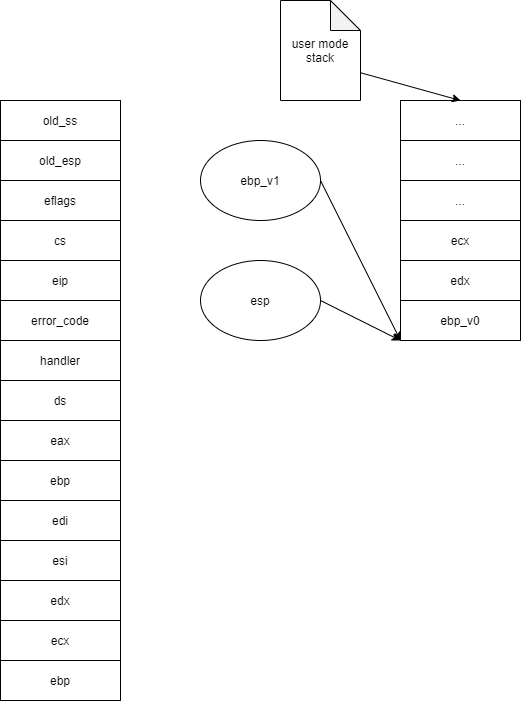
craftsfish/design keeps this draw.io diagram as cpu_context_template.png. Above is the earlier version. Source tidied: cells renumbered, new cells last; positions are measured from the earlier drawing's top-left corner, leaving out a move shared by most shapes.
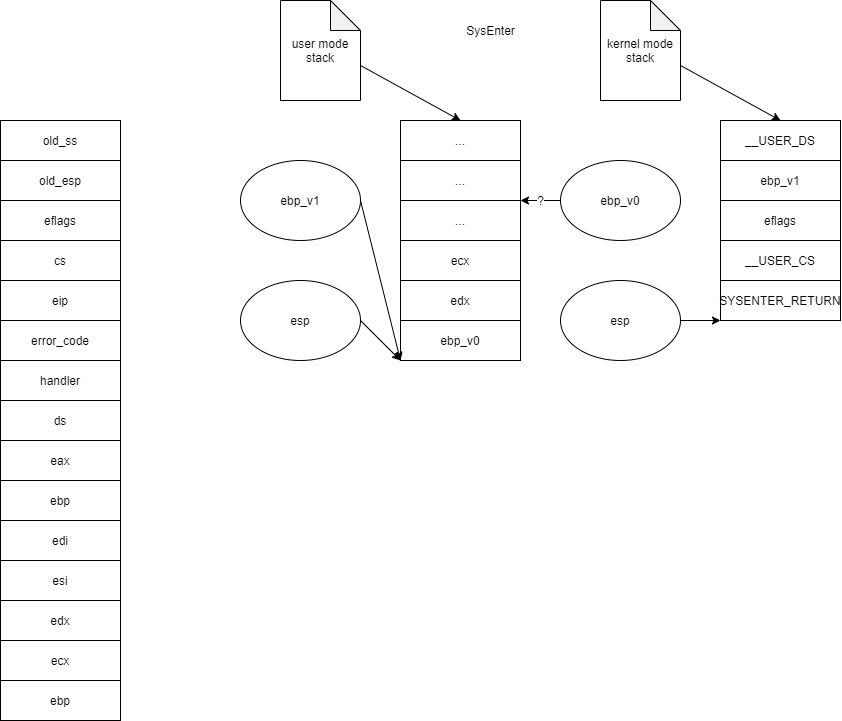
The same file after the commit.

What changed in the source:
```diff
@@ -60,13 +60,13 @@
       <mxGeometry relative="1" as="geometry" />
     </mxCell>
     <mxCell id="21" value="ebp_v1" style="ellipse;whiteSpace=wrap;html=1;" parent="1" vertex="1">
-      <mxGeometry x="200" y="140" width="120" height="80" as="geometry" />
+      <mxGeometry x="240" y="140" width="120" height="80" as="geometry" />
     </mxCell>
     <mxCell id="22" style="rounded=0;jettySize=auto;html=1;exitX=1;exitY=0.5;exitDx=0;exitDy=0;entryX=0;entryY=1;entryDx=0;entryDy=0;" parent="1" edge="1" source="23" target="19">
       <mxGeometry relative="1" as="geometry" />
     </mxCell>
     <mxCell id="23" value="esp" style="ellipse;whiteSpace=wrap;html=1;" parent="1" vertex="1">
-      <mxGeometry x="200" y="260" width="120" height="80" as="geometry" />
+      <mxGeometry x="240" y="260" width="120" height="80" as="geometry" />
     </mxCell>
     <mxCell id="24" value="..." style="rounded=0;whiteSpace=wrap;html=1;" parent="1" vertex="1">
       <mxGeometry x="400" y="100" width="120" height="40" as="geometry" />
@@ -77,11 +77,47 @@
     <mxCell id="26" value="..." style="rounded=0;whiteSpace=wrap;html=1;" parent="1" vertex="1">
       <mxGeometry x="400" y="180" width="120" height="40" as="geometry" />
     </mxCell>
-    <mxCell id="27" style="edgeStyle=none;rounded=0;jettySize=auto;html=1;exitX=0;exitY=0.5;exitDx=0;exitDy=0;exitPerimeter=0;entryX=0.5;entryY=0;entryDx=0;entryDy=0;" parent="1" edge="1" source="28" target="24">
+    <mxCell id="27" style="edgeStyle=none;rounded=0;jettySize=auto;html=1;exitX=0;exitY=0;exitDx=80;exitDy=65;exitPerimeter=0;entryX=0.5;entryY=0;entryDx=0;entryDy=0;" parent="1" edge="1" source="28" target="24">
       <mxGeometry relative="1" as="geometry" />
     </mxCell>
     <mxCell id="28" value="user mode stack" style="shape=note;whiteSpace=wrap;html=1;backgroundOutline=1;darkOpacity=0.05;" parent="1" vertex="1">
-      <mxGeometry x="280" width="80" height="100" as="geometry" />
+      <mxGeometry x="280" y="-20" width="80" height="100" as="geometry" />
     </mxCell>
+    <mxCell id="29" value="__USER_CS" style="rounded=0;whiteSpace=wrap;html=1;" parent="1" vertex="1">
+      <mxGeometry x="720" y="220" width="120" height="40" as="geometry" />
+    </mxCell>
+    <mxCell id="30" value="SYSENTER_RETURN" style="rounded=0;whiteSpace=wrap;html=1;" parent="1" vertex="1">
+      <mxGeometry x="720" y="260" width="120" height="40" as="geometry" />
+    </mxCell>
+    <mxCell id="31" value="__USER_DS" style="rounded=0;whiteSpace=wrap;html=1;" parent="1" vertex="1">
+      <mxGeometry x="720" y="100" width="120" height="40" as="geometry" />
+    </mxCell>
+    <mxCell id="32" value="ebp_v1" style="rounded=0;whiteSpace=wrap;html=1;" parent="1" vertex="1">
+      <mxGeometry x="720" y="140" width="120" height="40" as="geometry" />
+    </mxCell>
+    <mxCell id="33" value="eflags" style="rounded=0;whiteSpace=wrap;html=1;" parent="1" vertex="1">
+      <mxGeometry x="720" y="180" width="120" height="40" as="geometry" />
+    </mxCell>
+    <mxCell id="34" style="edgeStyle=none;rounded=0;jettySize=auto;html=1;exitX=0;exitY=0;exitDx=80;exitDy=65;exitPerimeter=0;entryX=0.5;entryY=0;entryDx=0;entryDy=0;" parent="1" edge="1" source="35" target="31">
+      <mxGeometry relative="1" as="geometry" />
+    </mxCell>
+    <mxCell id="35" value="kernel mode stack" style="shape=note;whiteSpace=wrap;html=1;backgroundOutline=1;darkOpacity=0.05;" parent="1" vertex="1">
+      <mxGeometry x="600" y="-20" width="80" height="100" as="geometry" />
+    </mxCell>
+    <mxCell id="36" value="?" style="edgeStyle=none;rounded=0;jettySize=auto;html=1;exitX=0;exitY=0.5;exitDx=0;exitDy=0;entryX=1;entryY=0;entryDx=0;entryDy=0;" parent="1" edge="1" source="37" target="26">
+      <mxGeometry relative="1" as="geometry" />
+    </mxCell>
+    <mxCell id="37" value="ebp_v0" style="ellipse;whiteSpace=wrap;html=1;" parent="1" vertex="1">
+      <mxGeometry x="560" y="140" width="120" height="80" as="geometry" />
+    </mxCell>
+    <mxCell id="38" style="edgeStyle=none;rounded=0;jettySize=auto;html=1;exitX=1;exitY=0.5;exitDx=0;exitDy=0;entryX=0;entryY=1;entryDx=0;entryDy=0;" parent="1" edge="1" source="39" target="30">
+      <mxGeometry relative="1" as="geometry" />
+    </mxCell>
+    <mxCell id="39" value="esp" style="ellipse;whiteSpace=wrap;html=1;" parent="1" vertex="1">
+      <mxGeometry x="560" y="260" width="120" height="80" as="geometry" />
+    </mxCell>
+    <mxCell id="40" value="SysEnter" style="text;html=1;align=center;verticalAlign=middle;" parent="1" vertex="1">
+      <mxGeometry x="460" width="60" height="20" as="geometry" />
+    </mxCell>
   </root>
 </mxGraphModel>
```
